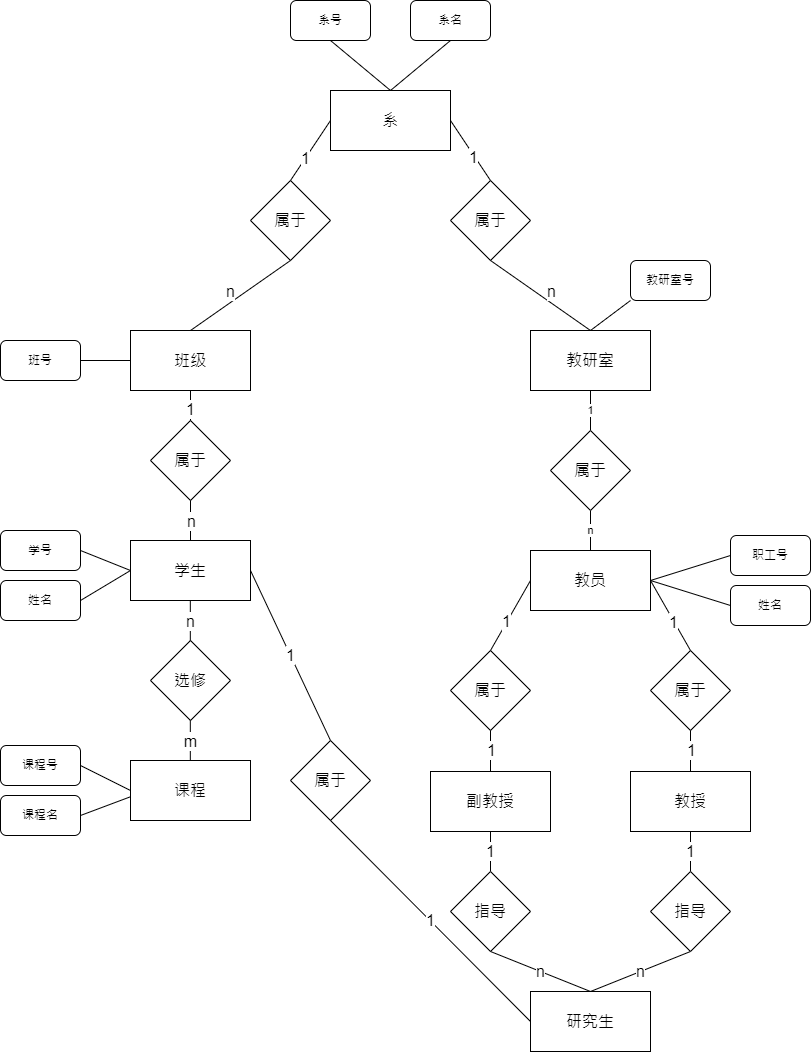
Above: 7.7.drawio.png in VA1ue-0268/-ER- (draw.io), before the change. Source tidied: cells renumbered, new cells last; positions are measured from the earlier drawing's top-left corner, leaving out a move shared by most shapes.
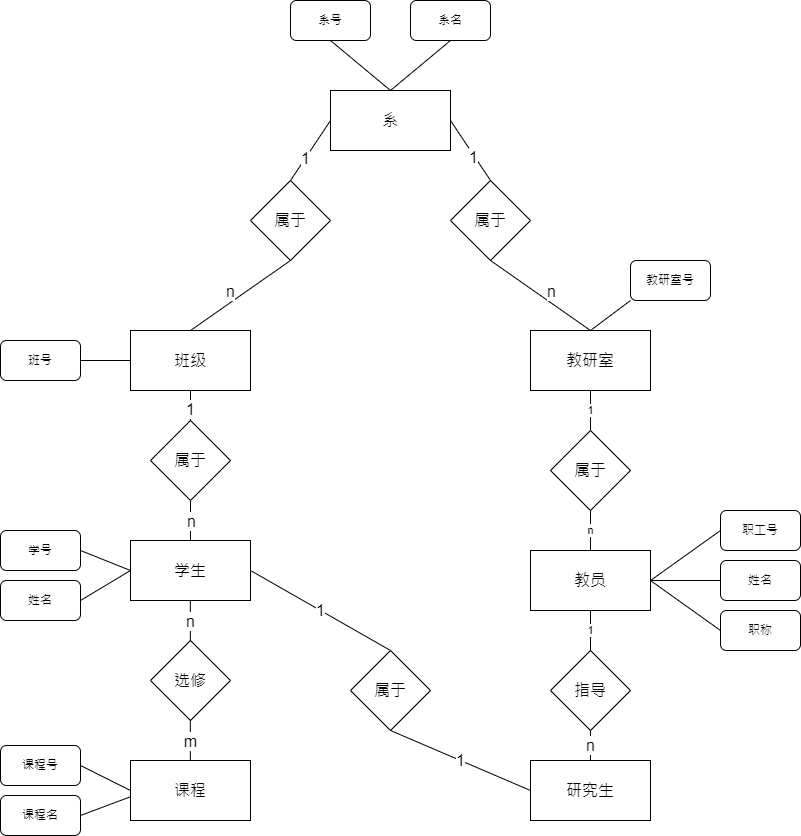
The same diagram one commit later.

Diff of the diagram source:
```diff
@@ -48,52 +48,6 @@
         <mxPoint y="-12" as="offset" />
       </mxGeometry>
     </mxCell>
-    <mxCell id="16" value="1" style="edgeStyle=orthogonalEdgeStyle;rounded=0;jettySize=auto;html=1;exitX=0.5;exitY=1;exitDx=0;exitDy=0;entryX=0.5;entryY=0;entryDx=0;entryDy=0;fontSize=16;endArrow=none;endFill=0;" parent="1" edge="1" source="17" target="49">
-      <mxGeometry relative="1" as="geometry" />
-    </mxCell>
-    <mxCell id="17" value="教授" style="rounded=0;whiteSpace=wrap;html=1;fontSize=16;" parent="1" vertex="1">
-      <mxGeometry x="630" y="771" width="120" height="60" as="geometry" />
-    </mxCell>
-    <mxCell id="18" value="1" style="edgeStyle=orthogonalEdgeStyle;rounded=0;jettySize=auto;html=1;exitX=0.5;exitY=1;exitDx=0;exitDy=0;entryX=0.5;entryY=0;entryDx=0;entryDy=0;fontSize=16;endArrow=none;endFill=0;" parent="1" edge="1" source="19" target="43">
-      <mxGeometry relative="1" as="geometry" />
-    </mxCell>
-    <mxCell id="19" value="副教授" style="rounded=0;whiteSpace=wrap;html=1;fontSize=16;" parent="1" vertex="1">
-      <mxGeometry x="430" y="771" width="120" height="60" as="geometry" />
-    </mxCell>
-    <mxCell id="20" value="属于" style="rhombus;whiteSpace=wrap;html=1;fontSize=16;" parent="1" vertex="1">
-      <mxGeometry x="650" y="650" width="80" height="80" as="geometry" />
-    </mxCell>
-    <mxCell id="21" style="endArrow=none;html=1;rounded=0;fontSize=16;entryX=1;entryY=0.5;entryDx=0;entryDy=0;exitX=0.5;exitY=0;exitDx=0;exitDy=0;" parent="1" edge="1" source="20" target="66">
-      <mxGeometry relative="1" as="geometry" />
-    </mxCell>
-    <mxCell id="22" value="1" style="edgeLabel;html=1;align=center;verticalAlign=middle;fontSize=16;" parent="21" vertex="1">
-      <mxGeometry x="-0.19" y="1" relative="1" as="geometry" />
-    </mxCell>
-    <mxCell id="23" style="endArrow=none;html=1;rounded=0;fontSize=16;entryX=0.5;entryY=1;entryDx=0;entryDy=0;exitX=0.5;exitY=0;exitDx=0;exitDy=0;" parent="1" edge="1" source="17" target="20">
-      <mxGeometry relative="1" as="geometry" />
-    </mxCell>
-    <mxCell id="24" value="1" style="edgeLabel;html=1;align=center;verticalAlign=middle;fontSize=16;" parent="23" vertex="1">
-      <mxGeometry x="-0.22" relative="1" as="geometry">
-        <mxPoint y="-5" as="offset" />
-      </mxGeometry>
-    </mxCell>
-    <mxCell id="25" value="属于" style="rhombus;whiteSpace=wrap;html=1;fontSize=16;" parent="1" vertex="1">
-      <mxGeometry x="450" y="650" width="80" height="80" as="geometry" />
-    </mxCell>
-    <mxCell id="26" style="endArrow=none;html=1;rounded=0;fontSize=16;entryX=0;entryY=0.5;entryDx=0;entryDy=0;exitX=0.5;exitY=0;exitDx=0;exitDy=0;" parent="1" edge="1" source="25" target="66">
-      <mxGeometry relative="1" as="geometry" />
-    </mxCell>
-    <mxCell id="27" value="1" style="edgeLabel;html=1;align=center;verticalAlign=middle;fontSize=16;" parent="26" vertex="1">
-      <mxGeometry x="-0.19" y="1" relative="1" as="geometry" />
-    </mxCell>
-    <mxCell id="28" style="endArrow=none;html=1;rounded=0;fontSize=16;entryX=0.5;entryY=1;entryDx=0;entryDy=0;" parent="1" edge="1" source="19" target="25">
-      <mxGeometry relative="1" as="geometry" />
-    </mxCell>
-    <mxCell id="29" value="1" style="edgeLabel;html=1;align=center;verticalAlign=middle;fontSize=16;" parent="28" vertex="1">
-      <mxGeometry x="-0.22" relative="1" as="geometry">
-        <mxPoint y="-5" as="offset" />
-      </mxGeometry>
-    </mxCell>
     <mxCell id="30" style="edgeStyle=orthogonalEdgeStyle;rounded=0;jettySize=auto;html=1;exitX=0.5;exitY=1;exitDx=0;exitDy=0;entryX=0.5;entryY=0;entryDx=0;entryDy=0;fontSize=16;endArrow=none;endFill=0;" parent="1" edge="1" source="32" target="35">
       <mxGeometry relative="1" as="geometry" />
     </mxCell>
@@ -143,13 +97,13 @@
       </mxGeometry>
     </mxCell>
     <mxCell id="42" value="研究生" style="rounded=0;whiteSpace=wrap;html=1;fontSize=16;" parent="1" vertex="1">
-      <mxGeometry x="530" y="991" width="120" height="60" as="geometry" />
+      <mxGeometry x="530" y="760" width="120" height="60" as="geometry" />
     </mxCell>
     <mxCell id="43" value="指导" style="rhombus;whiteSpace=wrap;html=1;fontSize=16;" parent="1" vertex="1">
-      <mxGeometry x="450" y="871" width="80" height="80" as="geometry" />
+      <mxGeometry x="550" y="650" width="80" height="80" as="geometry" />
     </mxCell>
     <mxCell id="44" value="属于" style="rhombus;whiteSpace=wrap;html=1;fontSize=16;" parent="1" vertex="1">
-      <mxGeometry x="290" y="740" width="80" height="80" as="geometry" />
+      <mxGeometry x="350" y="650" width="80" height="80" as="geometry" />
     </mxCell>
     <mxCell id="45" value="1" style="endArrow=none;html=1;rounded=0;fontSize=16;entryX=1;entryY=0.5;entryDx=0;entryDy=0;exitX=0.5;exitY=0;exitDx=0;exitDy=0;" parent="1" edge="1" source="44" target="35">
       <mxGeometry relative="1" as="geometry" />
@@ -160,12 +114,6 @@
     <mxCell id="47" value="n" style="endArrow=none;html=1;rounded=0;fontSize=16;entryX=0.5;entryY=1;entryDx=0;entryDy=0;exitX=0.5;exitY=0;exitDx=0;exitDy=0;" parent="1" edge="1" source="42" target="43">
       <mxGeometry relative="1" as="geometry" />
     </mxCell>
-    <mxCell id="48" value="n" style="rounded=0;jettySize=auto;html=1;exitX=0.5;exitY=1;exitDx=0;exitDy=0;entryX=0.5;entryY=0;entryDx=0;entryDy=0;fontSize=16;endArrow=none;endFill=0;" parent="1" edge="1" source="49" target="42">
-      <mxGeometry relative="1" as="geometry" />
-    </mxCell>
-    <mxCell id="49" value="指导" style="rhombus;whiteSpace=wrap;html=1;fontSize=16;" parent="1" vertex="1">
-      <mxGeometry x="650" y="871" width="80" height="80" as="geometry" />
-    </mxCell>
     <mxCell id="50" style="rounded=0;jettySize=auto;html=1;exitX=0.5;exitY=1;exitDx=0;exitDy=0;entryX=0.5;entryY=0;entryDx=0;entryDy=0;endArrow=none;endFill=0;" parent="1" edge="1" source="51" target="2">
       <mxGeometry relative="1" as="geometry" />
     </mxCell>
@@ -214,6 +162,9 @@
     <mxCell id="65" value="课程名" style="rounded=1;whiteSpace=wrap;html=1;" parent="1" vertex="1">
       <mxGeometry y="795" width="80" height="40" as="geometry" />
     </mxCell>
+    <mxCell id="73" value="1" style="edgeStyle=none;rounded=0;jettySize=auto;html=1;exitX=0.5;exitY=1;exitDx=0;exitDy=0;entryX=0.5;entryY=0;entryDx=0;entryDy=0;endArrow=none;endFill=0;" parent="1" edge="1" source="66" target="43">
+      <mxGeometry relative="1" as="geometry" />
+    </mxCell>
     <mxCell id="66" value="教员" style="rounded=0;whiteSpace=wrap;html=1;fontSize=16;" parent="1" vertex="1">
       <mxGeometry x="530" y="550" width="120" height="60" as="geometry" />
     </mxCell>
@@ -227,13 +178,19 @@
       <mxGeometry relative="1" as="geometry" />
     </mxCell>
     <mxCell id="70" value="职工号" style="rounded=1;whiteSpace=wrap;html=1;" parent="1" vertex="1">
-      <mxGeometry x="730" y="535" width="80" height="40" as="geometry" />
+      <mxGeometry x="720" y="510" width="80" height="40" as="geometry" />
     </mxCell>
     <mxCell id="71" style="edgeStyle=none;rounded=0;jettySize=auto;html=1;exitX=0;exitY=0.5;exitDx=0;exitDy=0;entryX=1;entryY=0.5;entryDx=0;entryDy=0;endArrow=none;endFill=0;" parent="1" edge="1" source="72" target="66">
       <mxGeometry relative="1" as="geometry" />
     </mxCell>
     <mxCell id="72" value="姓名" style="rounded=1;whiteSpace=wrap;html=1;" parent="1" vertex="1">
-      <mxGeometry x="730" y="585" width="80" height="40" as="geometry" />
+      <mxGeometry x="720" y="560" width="80" height="40" as="geometry" />
     </mxCell>
+    <mxCell id="74" style="edgeStyle=none;rounded=0;jettySize=auto;html=1;exitX=0;exitY=0.5;exitDx=0;exitDy=0;entryX=1;entryY=0.5;entryDx=0;entryDy=0;endArrow=none;endFill=0;" parent="1" edge="1" source="75" target="66">
+      <mxGeometry relative="1" as="geometry" />
+    </mxCell>
+    <mxCell id="75" value="职称" style="rounded=1;whiteSpace=wrap;html=1;" parent="1" vertex="1">
+      <mxGeometry x="720" y="610" width="80" height="40" as="geometry" />
+    </mxCell>
   </root>
 </mxGraphModel>
```
